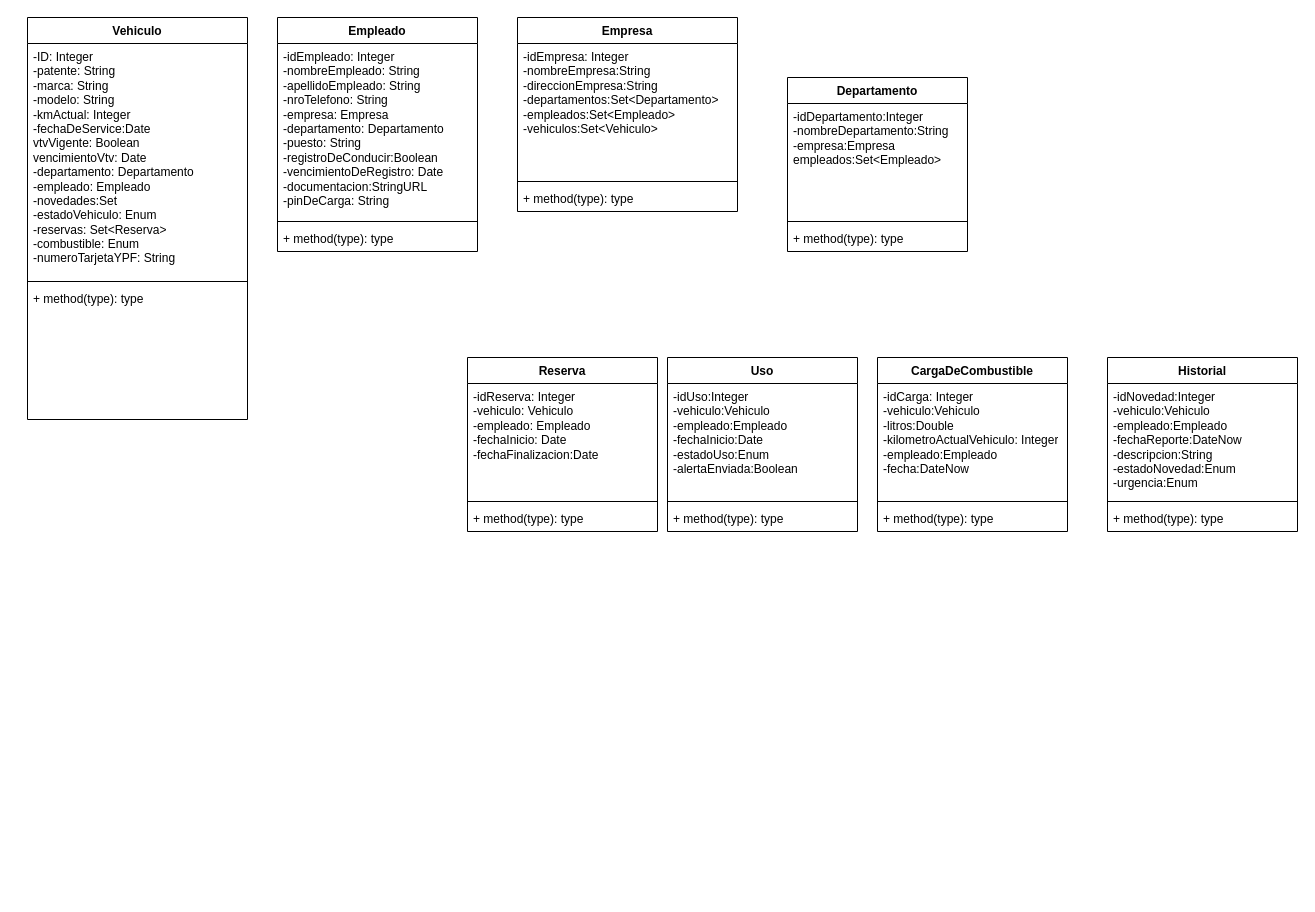
EliasDolenz/gestorDeVehiculosEmpresariales keeps this draw.io diagram as UML.drawio. Above is the earlier version. Source tidied: cells renumbered, new cells numbered last; positions are measured from the earlier drawing's top-left corner, leaving out a move shared by most shapes. Both pictures are drawn from the tidied source at 100%, with x=0, y=0 at pixel (27, 17).
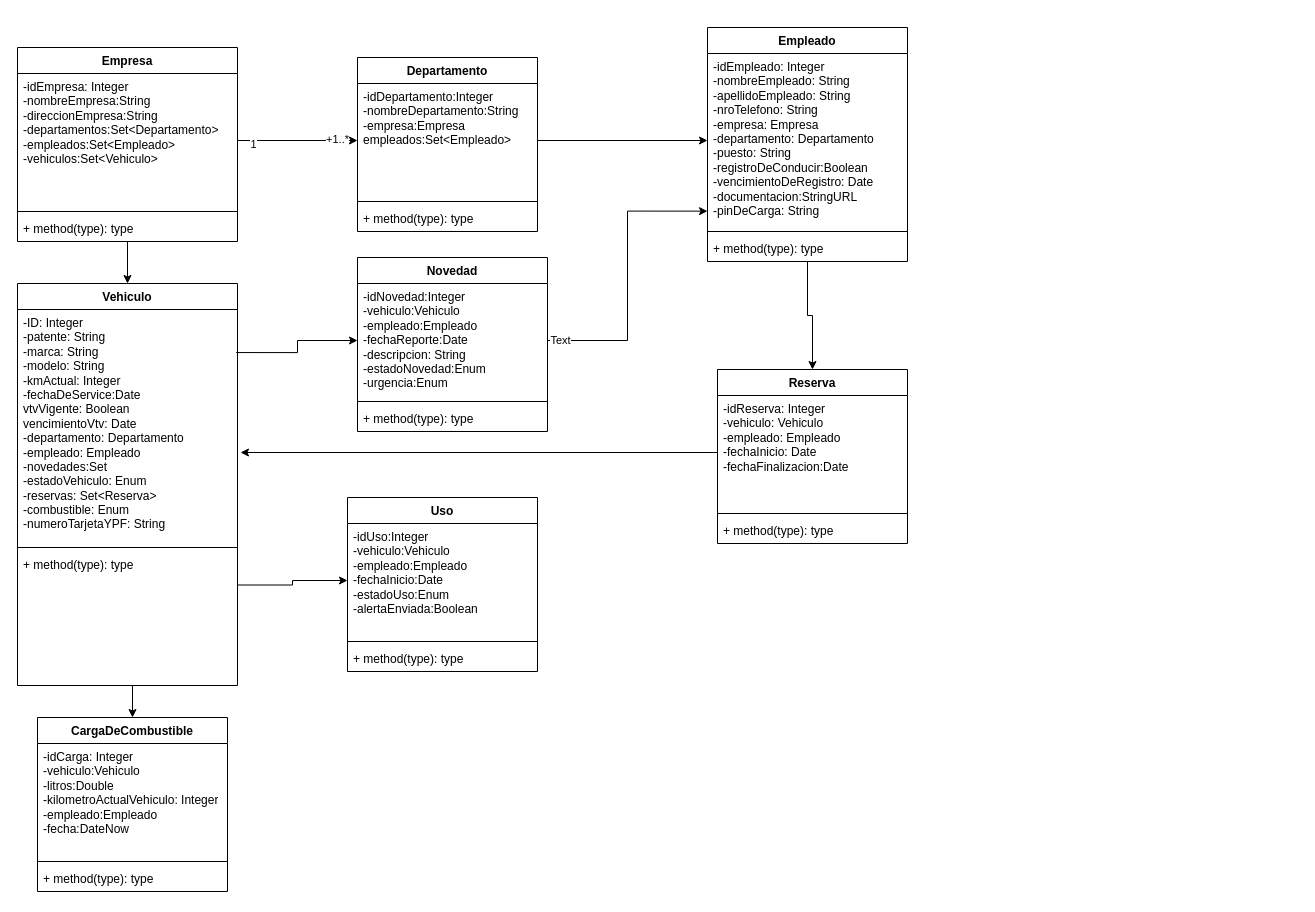
The same page after the edit.

Commit message:
Conectando Entidades

Unchanged cells that the change refers to:
```xml
<mxCell id="3" value="&lt;div&gt;-ID: Integer&lt;/div&gt;-patente: String&lt;div&gt;-marca: String&lt;/div&gt;&lt;div&gt;-modelo: String&lt;/div&gt;&lt;div&gt;-kmActual: Integer&lt;/div&gt;&lt;div&gt;-fechaDeService:Date&lt;/div&gt;&lt;div&gt;vtvVigente: Boolean&lt;/div&gt;&lt;div&gt;vencimientoVtv: Date&lt;/div&gt;&lt;div&gt;-departamento: Departamento&lt;/div&gt;&lt;div&gt;-empleado: Empleado&lt;/div&gt;&lt;div&gt;-novedades:Set&lt;/div&gt;&lt;div&gt;-estadoVehiculo: Enum&lt;/div&gt;&lt;div&gt;-reservas: Set&amp;lt;Reserva&amp;gt;&lt;/div&gt;&lt;div&gt;-combustible: Enum&lt;/div&gt;&lt;div&gt;-numeroTarjetaYPF: String&lt;/div&gt;&lt;div&gt;&lt;br&gt;&lt;/div&gt;&lt;div&gt;&lt;br&gt;&lt;/div&gt;" style="text;strokeColor=none;fillColor=none;align=left;verticalAlign=top;spacingLeft=4;spacingRight=4;overflow=hidden;points=[[0,0.5],[1,0.5]];portConstraint=eastwest;whiteSpace=wrap;html=1;" parent="2" vertex="1">
  <mxGeometry y="26" width="220" height="234" as="geometry" />
</mxCell>
<mxCell id="7" value="-idEmpleado: Integer&lt;div&gt;-nombreEmpleado: String&lt;/div&gt;&lt;div&gt;-apellidoEmpleado: String&lt;/div&gt;&lt;div&gt;-nroTelefono: String&lt;/div&gt;&lt;div&gt;-empresa: Empresa&lt;/div&gt;&lt;div&gt;-departamento: Departamento&lt;/div&gt;&lt;div&gt;-puesto: String&lt;/div&gt;&lt;div&gt;-registroDeConducir:Boolean&lt;/div&gt;&lt;div&gt;-vencimientoDeRegistro: Date&lt;/div&gt;&lt;div&gt;-documentacion:StringURL&lt;/div&gt;&lt;div&gt;-pinDeCarga: String&lt;/div&gt;" style="text;strokeColor=none;fillColor=none;align=left;verticalAlign=top;spacingLeft=4;spacingRight=4;overflow=hidden;points=[[0,0.5],[1,0.5]];portConstraint=eastwest;whiteSpace=wrap;html=1;" parent="6" vertex="1">
  <mxGeometry y="26" width="200" height="174" as="geometry" />
</mxCell>
<mxCell id="11" value="-idEmpresa: Integer&lt;div&gt;-nombreEmpresa:String&lt;/div&gt;&lt;div&gt;-direccionEmpresa:String&lt;/div&gt;&lt;div&gt;-departamentos:Set&amp;lt;Departamento&amp;gt;&lt;/div&gt;&lt;div&gt;-empleados:Set&amp;lt;Empleado&amp;gt;&lt;/div&gt;&lt;div&gt;-vehiculos:Set&amp;lt;Vehiculo&amp;gt;&lt;/div&gt;" style="text;strokeColor=none;fillColor=none;align=left;verticalAlign=top;spacingLeft=4;spacingRight=4;overflow=hidden;points=[[0,0.5],[1,0.5]];portConstraint=eastwest;whiteSpace=wrap;html=1;" parent="10" vertex="1">
  <mxGeometry y="26" width="220" height="134" as="geometry" />
</mxCell>
<mxCell id="15" value="-idDepartamento:Integer&lt;div&gt;-nombreDepartamento:String&lt;/div&gt;&lt;div&gt;-empresa:Empresa&lt;/div&gt;&lt;div&gt;empleados:Set&amp;lt;Empleado&amp;gt;&lt;/div&gt;" style="text;strokeColor=none;fillColor=none;align=left;verticalAlign=top;spacingLeft=4;spacingRight=4;overflow=hidden;points=[[0,0.5],[1,0.5]];portConstraint=eastwest;whiteSpace=wrap;html=1;" parent="14" vertex="1">
  <mxGeometry y="26" width="180" height="114" as="geometry" />
</mxCell>
<mxCell id="19" value="-idReserva: Integer&lt;div&gt;-vehiculo: Vehiculo&lt;/div&gt;&lt;div&gt;-empleado: Empleado&lt;/div&gt;&lt;div&gt;-fechaInicio: Date&lt;/div&gt;&lt;div&gt;-fechaFinalizacion:Date&lt;/div&gt;" style="text;strokeColor=none;fillColor=none;align=left;verticalAlign=top;spacingLeft=4;spacingRight=4;overflow=hidden;points=[[0,0.5],[1,0.5]];portConstraint=eastwest;whiteSpace=wrap;html=1;" parent="18" vertex="1">
  <mxGeometry y="26" width="190" height="114" as="geometry" />
</mxCell>
<mxCell id="23" value="-idUso:Integer&lt;div&gt;-vehiculo:Vehiculo&lt;/div&gt;&lt;div&gt;-empleado:Empleado&lt;/div&gt;&lt;div&gt;-fechaInicio:Date&lt;/div&gt;&lt;div&gt;-estadoUso:Enum&lt;/div&gt;&lt;div&gt;-alertaEnviada:Boolean&lt;/div&gt;" style="text;strokeColor=none;fillColor=none;align=left;verticalAlign=top;spacingLeft=4;spacingRight=4;overflow=hidden;points=[[0,0.5],[1,0.5]];portConstraint=eastwest;whiteSpace=wrap;html=1;" parent="22" vertex="1">
  <mxGeometry y="26" width="190" height="114" as="geometry" />
</mxCell>
```

Change to the diagram source:
```diff
@@
+    <mxCell id="34" style="edgeStyle=orthogonalEdgeStyle;rounded=0;jettySize=auto;html=1;exitX=0.5;exitY=1;exitDx=0;exitDy=0;entryX=0.5;entryY=0;entryDx=0;entryDy=0;" parent="1" edge="1" source="2" target="30">
+      <mxGeometry relative="1" as="geometry" />
+    </mxCell>
+    <mxCell id="35" style="edgeStyle=orthogonalEdgeStyle;rounded=0;jettySize=auto;html=1;exitX=1;exitY=0.75;exitDx=0;exitDy=0;entryX=0;entryY=0.5;entryDx=0;entryDy=0;" parent="1" edge="1" source="2" target="23">
+      <mxGeometry relative="1" as="geometry" />
+    </mxCell>
     <mxCell id="2" value="Vehiculo" style="swimlane;fontStyle=1;align=center;verticalAlign=top;horizontal=1;startSize=26;whiteSpace=wrap;html=1;" parent="1" vertex="1">
-      <mxGeometry width="220" height="402" as="geometry" />
+      <mxGeometry x="-10" y="266" width="220" height="402" as="geometry" />
     </mxCell>
@@
+    <mxCell id="36" style="edgeStyle=orthogonalEdgeStyle;rounded=0;jettySize=auto;html=1;exitX=0.5;exitY=1;exitDx=0;exitDy=0;entryX=0.5;entryY=0;entryDx=0;entryDy=0;" parent="1" edge="1" source="6" target="18">
+      <mxGeometry relative="1" as="geometry" />
+    </mxCell>
     <mxCell id="6" value="Empleado" style="swimlane;fontStyle=1;align=center;verticalAlign=top;horizontal=1;startSize=26;whiteSpace=wrap;html=1;" parent="1" vertex="1">
-      <mxGeometry x="250" width="200" height="234" as="geometry" />
+      <mxGeometry x="680" y="10" width="200" height="234" as="geometry" />
     </mxCell>
@@
+    <mxCell id="37" style="edgeStyle=orthogonalEdgeStyle;rounded=0;jettySize=auto;html=1;exitX=0.5;exitY=1;exitDx=0;exitDy=0;entryX=0.5;entryY=0;entryDx=0;entryDy=0;" parent="1" edge="1" source="10" target="2">
+      <mxGeometry relative="1" as="geometry" />
+    </mxCell>
     <mxCell id="10" value="Empresa" style="swimlane;fontStyle=1;align=center;verticalAlign=top;horizontal=1;startSize=26;whiteSpace=wrap;html=1;" parent="1" vertex="1">
-      <mxGeometry x="490" width="220" height="194" as="geometry" />
+      <mxGeometry x="-10" y="30" width="220" height="194" as="geometry" />
     </mxCell>
@@
     <mxCell id="14" value="Departamento" style="swimlane;fontStyle=1;align=center;verticalAlign=top;horizontal=1;startSize=26;whiteSpace=wrap;html=1;" parent="1" vertex="1">
-      <mxGeometry x="760" y="60" width="180" height="174" as="geometry" />
+      <mxGeometry x="330" y="40" width="180" height="174" as="geometry" />
     </mxCell>
@@
     <mxCell id="18" value="Reserva" style="swimlane;fontStyle=1;align=center;verticalAlign=top;horizontal=1;startSize=26;whiteSpace=wrap;html=1;" parent="1" vertex="1">
-      <mxGeometry x="440" y="340" width="190" height="174" as="geometry" />
+      <mxGeometry x="690" y="352" width="190" height="174" as="geometry" />
     </mxCell>
@@
     <mxCell id="22" value="Uso" style="swimlane;fontStyle=1;align=center;verticalAlign=top;horizontal=1;startSize=26;whiteSpace=wrap;html=1;" parent="1" vertex="1">
-      <mxGeometry x="640" y="340" width="190" height="174" as="geometry" />
+      <mxGeometry x="320" y="480" width="190" height="174" as="geometry" />
     </mxCell>
@@
-    <mxCell id="26" value="Historial" style="swimlane;fontStyle=1;align=center;verticalAlign=top;horizontal=1;startSize=26;whiteSpace=wrap;html=1;" parent="1" vertex="1">
-      <mxGeometry x="1080" y="340" width="190" height="174" as="geometry" />
+    <mxCell id="26" value="Novedad" style="swimlane;fontStyle=1;align=center;verticalAlign=top;horizontal=1;startSize=26;whiteSpace=wrap;html=1;" parent="1" vertex="1">
+      <mxGeometry x="330" y="240" width="190" height="174" as="geometry" />
     </mxCell>
-    <mxCell id="27" value="-idNovedad:Integer&lt;div&gt;-vehiculo:Vehiculo&lt;/div&gt;&lt;div&gt;-empleado:Empleado&lt;/div&gt;&lt;div&gt;-fechaReporte:DateNow&lt;/div&gt;&lt;div&gt;-descripcion:String&lt;/div&gt;&lt;div&gt;-estadoNovedad:Enum&lt;/div&gt;&lt;div&gt;-urgencia:Enum&lt;/div&gt;" style="text;strokeColor=none;fillColor=none;align=left;verticalAlign=top;spacingLeft=4;spacingRight=4;overflow=hidden;points=[[0,0.5],[1,0.5]];portConstraint=eastwest;whiteSpace=wrap;html=1;" parent="26" vertex="1">
+    <mxCell id="27" value="-idNovedad:Integer&lt;div&gt;-vehiculo:Vehiculo&lt;/div&gt;&lt;div&gt;-empleado:Empleado&lt;/div&gt;&lt;div&gt;-fechaReporte:Date&lt;/div&gt;&lt;div&gt;-descripcion: String&lt;/div&gt;&lt;div&gt;-estadoNovedad:Enum&lt;/div&gt;&lt;div&gt;-urgencia:Enum&lt;/div&gt;" style="text;strokeColor=none;fillColor=none;align=left;verticalAlign=top;spacingLeft=4;spacingRight=4;overflow=hidden;points=[[0,0.5],[1,0.5]];portConstraint=eastwest;whiteSpace=wrap;html=1;" parent="26" vertex="1">
       <mxGeometry y="26" width="190" height="114" as="geometry" />
     </mxCell>
@@
     <mxCell id="30" value="CargaDeCombustible" style="swimlane;fontStyle=1;align=center;verticalAlign=top;horizontal=1;startSize=26;whiteSpace=wrap;html=1;" parent="1" vertex="1">
-      <mxGeometry x="850" y="340" width="190" height="174" as="geometry" />
+      <mxGeometry x="10" y="700" width="190" height="174" as="geometry" />
     </mxCell>
@@
+    <mxCell id="38" style="edgeStyle=orthogonalEdgeStyle;rounded=0;jettySize=auto;html=1;exitX=1;exitY=0.5;exitDx=0;exitDy=0;entryX=0;entryY=0.5;entryDx=0;entryDy=0;" parent="1" edge="1" source="11" target="15">
+      <mxGeometry relative="1" as="geometry" />
+    </mxCell>
+    <mxCell id="39" value="1" style="edgeLabel;html=1;align=center;verticalAlign=middle;" parent="38" vertex="1">
+      <mxGeometry x="-0.75" y="-3" relative="1" as="geometry" />
+    </mxCell>
+    <mxCell id="40" value="+1..*" style="edgeLabel;html=1;align=center;verticalAlign=middle;" parent="38" vertex="1">
+      <mxGeometry x="0.65" y="2" relative="1" as="geometry" />
+    </mxCell>
+    <mxCell id="41" style="edgeStyle=orthogonalEdgeStyle;rounded=0;jettySize=auto;html=1;exitX=1;exitY=0.5;exitDx=0;exitDy=0;entryX=0;entryY=0.5;entryDx=0;entryDy=0;" parent="1" edge="1" source="15" target="7">
+      <mxGeometry relative="1" as="geometry" />
+    </mxCell>
+    <mxCell id="42" style="edgeStyle=orthogonalEdgeStyle;rounded=0;jettySize=auto;html=1;exitX=0;exitY=0.5;exitDx=0;exitDy=0;" parent="1" edge="1" source="19">
+      <mxGeometry relative="1" as="geometry">
+        <mxPoint x="213" y="435" as="targetPoint" />
+        <Array as="points">
+          <mxPoint x="213" y="435" />
+        </Array>
+      </mxGeometry>
+    </mxCell>
+    <mxCell id="43" style="edgeStyle=orthogonalEdgeStyle;rounded=0;jettySize=auto;html=1;exitX=0.994;exitY=0.184;exitDx=0;exitDy=0;entryX=0;entryY=0.5;entryDx=0;entryDy=0;exitPerimeter=0;" parent="1" edge="1" source="3" target="27">
+      <mxGeometry relative="1" as="geometry" />
+    </mxCell>
+    <mxCell id="44" style="edgeStyle=orthogonalEdgeStyle;rounded=0;jettySize=auto;html=1;exitX=1;exitY=0.5;exitDx=0;exitDy=0;entryX=0;entryY=0.906;entryDx=0;entryDy=0;entryPerimeter=0;" parent="1" edge="1" source="27" target="7">
+      <mxGeometry relative="1" as="geometry" />
+    </mxCell>
+    <mxCell id="45" value="Text" style="edgeLabel;html=1;align=center;verticalAlign=middle;" parent="44" vertex="1">
+      <mxGeometry x="-0.92" y="1" relative="1" as="geometry" />
+    </mxCell>
```
